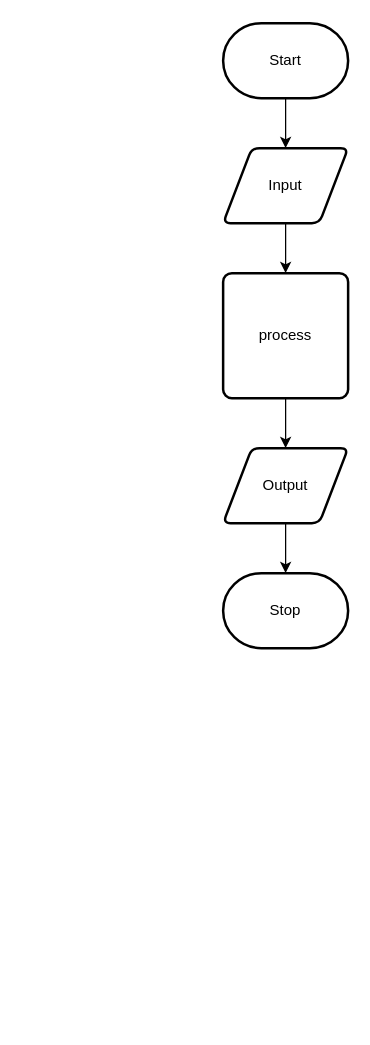
Earlier version of the draw.io diagram design/flow-chart.drawio (brennan-lee/ICS2O-5-03). Source tidied: cells renumbered, new cells numbered last; positions are measured from the earlier drawing's top-left corner, leaving out a move shared by most shapes. Both pictures are drawn from the tidied source at 125%, with x=0, y=0 at pixel (222, 22).
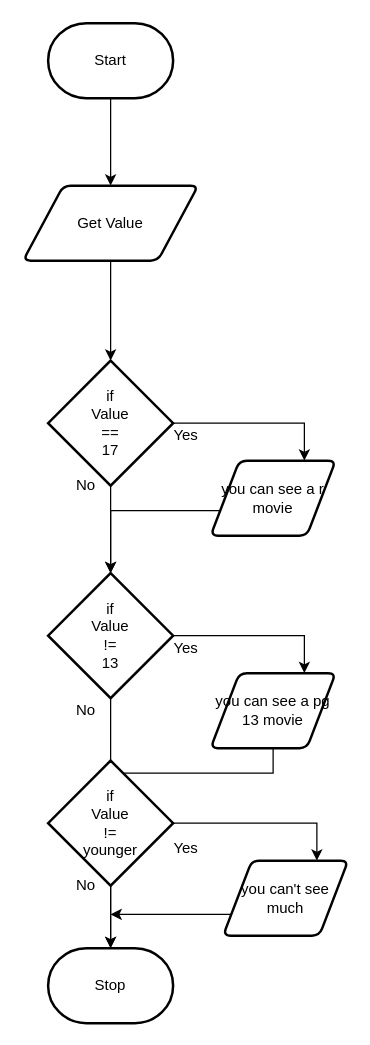
The same page after the edit.

Commit message (it also covers changes not shown here):
flow and story broard

Diff of the diagram source:
```diff
@@
-    <mxCell id="2" style="edgeStyle=none;html=1;" parent="1" edge="1" source="3" target="5">
-      <mxGeometry relative="1" as="geometry" />
-    </mxCell>
     <mxCell id="3" value="Start" style="strokeWidth=2;html=1;shape=mxgraph.flowchart.terminator;whiteSpace=wrap;" parent="1" vertex="1">
-      <mxGeometry width="100" height="60" as="geometry" />
+      <mxGeometry x="-140" width="100" height="60" as="geometry" />
     </mxCell>
-    <mxCell id="4" style="edgeStyle=none;html=1;" parent="1" edge="1" source="5" target="7">
-      <mxGeometry relative="1" as="geometry" />
-    </mxCell>
-    <mxCell id="5" value="Input" style="shape=parallelogram;html=1;strokeWidth=2;perimeter=parallelogramPerimeter;whiteSpace=wrap;rounded=1;arcSize=12;size=0.23;" parent="1" vertex="1">
-      <mxGeometry y="100" width="100" height="60" as="geometry" />
-    </mxCell>
-    <mxCell id="6" style="edgeStyle=none;html=1;" parent="1" edge="1" source="7" target="9">
-      <mxGeometry relative="1" as="geometry" />
-    </mxCell>
-    <mxCell id="7" value="process" style="rounded=1;whiteSpace=wrap;html=1;absoluteArcSize=1;arcSize=14;strokeWidth=2;" parent="1" vertex="1">
-      <mxGeometry y="200" width="100" height="100" as="geometry" />
-    </mxCell>
-    <mxCell id="8" style="edgeStyle=none;html=1;" parent="1" edge="1" source="9" target="10">
-      <mxGeometry relative="1" as="geometry" />
-    </mxCell>
-    <mxCell id="9" value="Output" style="shape=parallelogram;html=1;strokeWidth=2;perimeter=parallelogramPerimeter;whiteSpace=wrap;rounded=1;arcSize=12;size=0.23;" parent="1" vertex="1">
-      <mxGeometry y="340" width="100" height="60" as="geometry" />
-    </mxCell>
+    <mxCell id="11" style="edgeStyle=none;html=1;exitX=0.5;exitY=1;exitDx=0;exitDy=0;exitPerimeter=0;" parent="1" edge="1" source="3" target="13">
+      <mxGeometry relative="1" as="geometry" />
+    </mxCell>
+    <mxCell id="12" style="edgeStyle=none;html=1;" parent="1" edge="1" source="13" target="16">
+      <mxGeometry relative="1" as="geometry" />
+    </mxCell>
+    <mxCell id="13" value="Get Value" style="shape=parallelogram;html=1;strokeWidth=2;perimeter=parallelogramPerimeter;whiteSpace=wrap;rounded=1;arcSize=12;size=0.23;" parent="1" vertex="1">
+      <mxGeometry x="-160" y="130" width="140" height="60" as="geometry" />
+    </mxCell>
+    <mxCell id="14" style="edgeStyle=orthogonalEdgeStyle;html=1;entryX=0.75;entryY=0;entryDx=0;entryDy=0;rounded=0;" parent="1" edge="1" source="16" target="18">
+      <mxGeometry relative="1" as="geometry" />
+    </mxCell>
+    <mxCell id="15" style="edgeStyle=orthogonalEdgeStyle;rounded=0;html=1;" parent="1" edge="1" source="16" target="21">
+      <mxGeometry relative="1" as="geometry" />
+    </mxCell>
+    <mxCell id="16" value="if&lt;br&gt;Value&lt;br&gt;==&lt;br&gt;17" style="strokeWidth=2;html=1;shape=mxgraph.flowchart.decision;whiteSpace=wrap;" parent="1" vertex="1">
+      <mxGeometry x="-140" y="270" width="100" height="100" as="geometry" />
+    </mxCell>
+    <mxCell id="17" style="edgeStyle=orthogonalEdgeStyle;rounded=0;html=1;" parent="1" edge="1" source="18" target="21">
+      <mxGeometry relative="1" as="geometry">
+        <Array as="points">
+          <mxPoint x="-90" y="390" />
+        </Array>
+      </mxGeometry>
+    </mxCell>
+    <mxCell id="18" value="you can see a r movie" style="shape=parallelogram;html=1;strokeWidth=2;perimeter=parallelogramPerimeter;whiteSpace=wrap;rounded=1;arcSize=12;size=0.23;" parent="1" vertex="1">
+      <mxGeometry x="-10" y="350" width="100" height="60" as="geometry" />
+    </mxCell>
+    <mxCell id="19" style="edgeStyle=orthogonalEdgeStyle;rounded=0;html=1;entryX=0.75;entryY=0;entryDx=0;entryDy=0;" parent="1" edge="1" source="21" target="23">
+      <mxGeometry relative="1" as="geometry" />
+    </mxCell>
+    <mxCell id="20" style="edgeStyle=orthogonalEdgeStyle;rounded=0;html=1;" parent="1" edge="1" source="21" target="10">
+      <mxGeometry relative="1" as="geometry" />
+    </mxCell>
+    <mxCell id="21" value="if&lt;br&gt;Value&lt;br&gt;!=&lt;br&gt;13" style="strokeWidth=2;html=1;shape=mxgraph.flowchart.decision;whiteSpace=wrap;" parent="1" vertex="1">
+      <mxGeometry x="-140" y="440" width="100" height="100" as="geometry" />
+    </mxCell>
+    <mxCell id="22" style="edgeStyle=orthogonalEdgeStyle;rounded=0;html=1;" parent="1" edge="1" source="23" target="10">
+      <mxGeometry relative="1" as="geometry">
+        <Array as="points">
+          <mxPoint x="40" y="600" />
+          <mxPoint x="-90" y="600" />
+        </Array>
+      </mxGeometry>
+    </mxCell>
+    <mxCell id="23" value="you can see a pg 13 movie" style="shape=parallelogram;html=1;strokeWidth=2;perimeter=parallelogramPerimeter;whiteSpace=wrap;rounded=1;arcSize=12;size=0.23;" parent="1" vertex="1">
+      <mxGeometry x="-10" y="520" width="100" height="60" as="geometry" />
+    </mxCell>
     <mxCell id="10" value="Stop" style="strokeWidth=2;html=1;shape=mxgraph.flowchart.terminator;whiteSpace=wrap;" parent="1" vertex="1">
-      <mxGeometry y="440" width="100" height="60" as="geometry" />
+      <mxGeometry x="-140" y="740" width="100" height="60" as="geometry" />
     </mxCell>
+    <mxCell id="24" value="Yes" style="text;html=1;align=center;verticalAlign=middle;strokeColor=none;fillColor=none;" parent="1" vertex="1">
+      <mxGeometry x="-50" y="320" width="40" height="20" as="geometry" />
+    </mxCell>
+    <mxCell id="25" value="No" style="text;html=1;align=center;verticalAlign=middle;strokeColor=none;fillColor=none;" parent="1" vertex="1">
+      <mxGeometry x="-125" y="360" width="30" height="20" as="geometry" />
+    </mxCell>
+    <mxCell id="26" value="Yes" style="text;html=1;align=center;verticalAlign=middle;strokeColor=none;fillColor=none;" parent="1" vertex="1">
+      <mxGeometry x="-50" y="490" width="40" height="20" as="geometry" />
+    </mxCell>
+    <mxCell id="27" value="No" style="text;html=1;align=center;verticalAlign=middle;strokeColor=none;fillColor=none;" parent="1" vertex="1">
+      <mxGeometry x="-125" y="540" width="30" height="20" as="geometry" />
+    </mxCell>
+    <mxCell id="28" style="edgeStyle=orthogonalEdgeStyle;rounded=0;html=1;entryX=0.75;entryY=0;entryDx=0;entryDy=0;" parent="1" edge="1" source="29" target="31">
+      <mxGeometry relative="1" as="geometry" />
+    </mxCell>
+    <mxCell id="29" value="if&lt;br&gt;Value&lt;br&gt;!=&lt;br&gt;younger" style="strokeWidth=2;html=1;shape=mxgraph.flowchart.decision;whiteSpace=wrap;" parent="1" vertex="1">
+      <mxGeometry x="-140" y="590" width="100" height="100" as="geometry" />
+    </mxCell>
+    <mxCell id="30" style="edgeStyle=none;html=1;exitX=0;exitY=0.75;exitDx=0;exitDy=0;" parent="1" edge="1" source="31">
+      <mxGeometry relative="1" as="geometry">
+        <mxPoint x="-90" y="713" as="targetPoint" />
+      </mxGeometry>
+    </mxCell>
+    <mxCell id="31" value="you can't see much" style="shape=parallelogram;html=1;strokeWidth=2;perimeter=parallelogramPerimeter;whiteSpace=wrap;rounded=1;arcSize=12;size=0.23;" parent="1" vertex="1">
+      <mxGeometry y="670" width="100" height="60" as="geometry" />
+    </mxCell>
+    <mxCell id="32" value="Yes" style="text;html=1;align=center;verticalAlign=middle;strokeColor=none;fillColor=none;" parent="1" vertex="1">
+      <mxGeometry x="-50" y="650" width="40" height="20" as="geometry" />
+    </mxCell>
+    <mxCell id="33" value="No" style="text;html=1;align=center;verticalAlign=middle;strokeColor=none;fillColor=none;" parent="1" vertex="1">
+      <mxGeometry x="-125" y="680" width="30" height="20" as="geometry" />
+    </mxCell>
```
